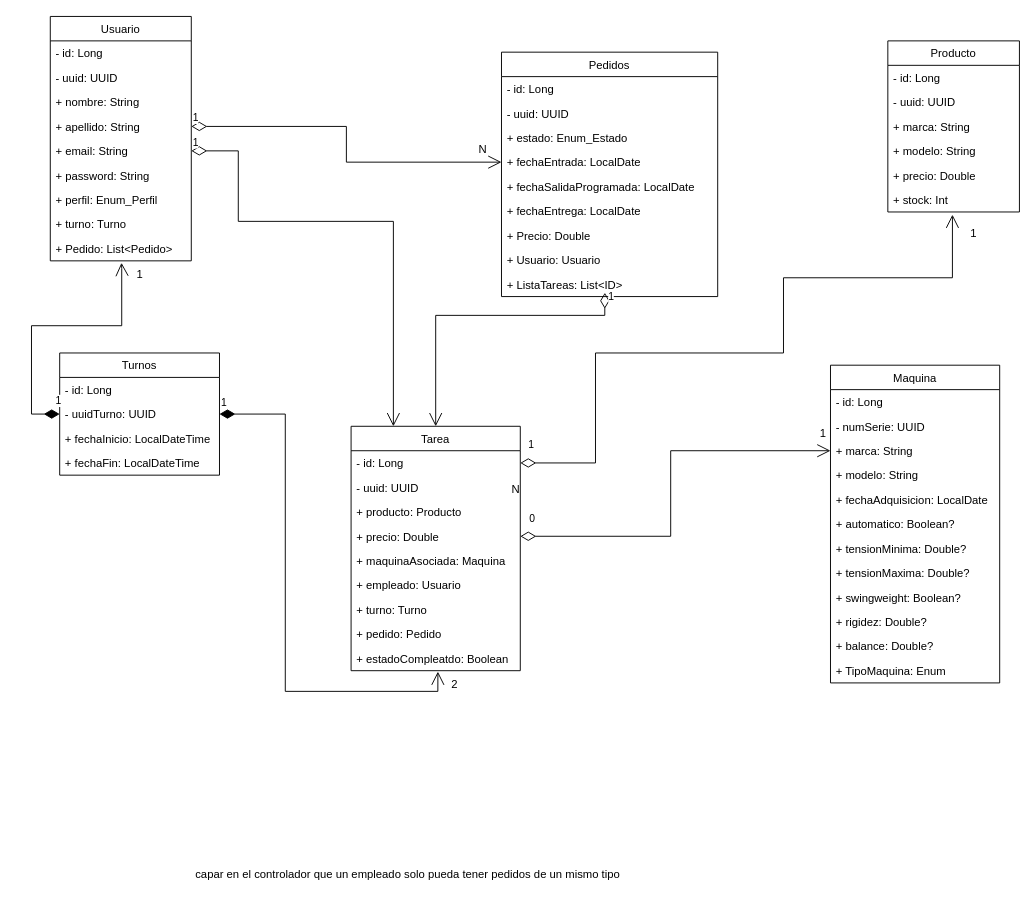
Above: metadata/DiagramaClasesTenisLab.drawio in RuyMi/Practica_Mongo_TenistasLab_AccesoADatos (draw.io), before the change. Source tidied: cells renumbered, new cells numbered last; positions are measured from the earlier drawing's top-left corner, leaving out a move shared by most shapes. Both pictures are drawn from the tidied source at 94%, with x=0, y=0 at pixel (31, 16).
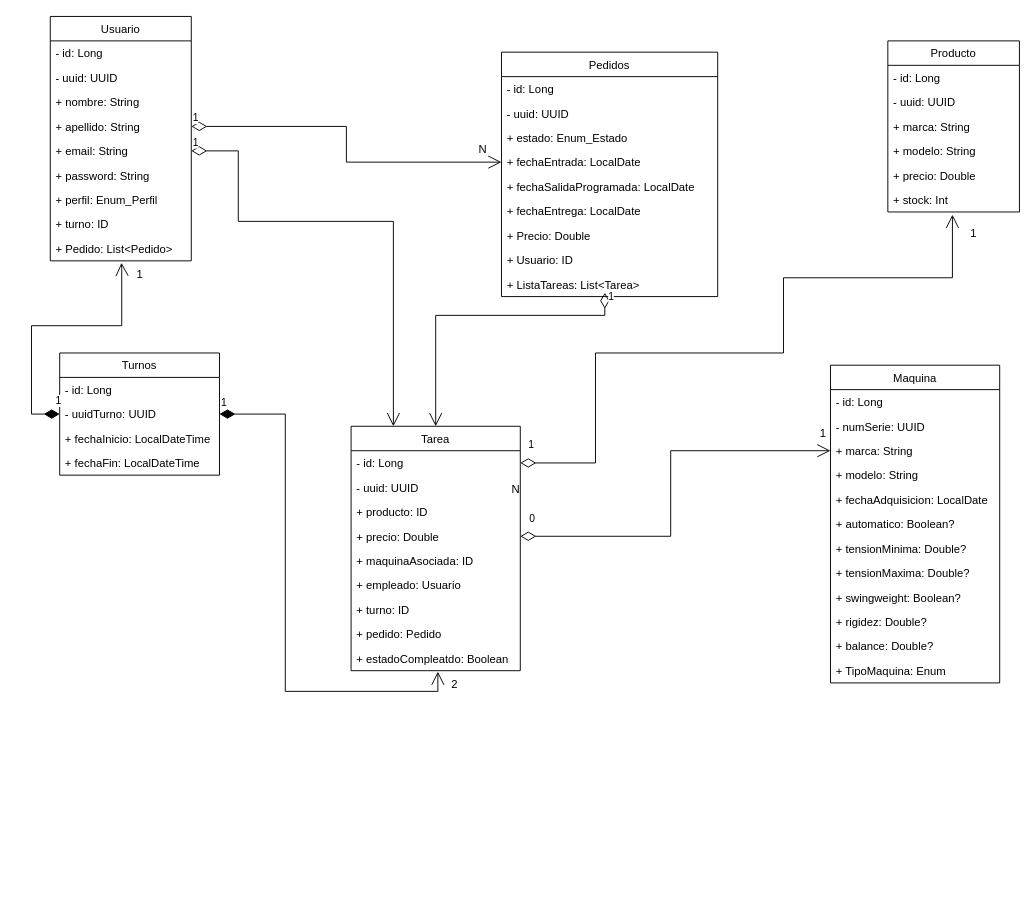
After the change.

Commit message (it also covers changes not shown here):
Diagrama actualizado version 1.1

Unchanged cells that the change refers to:
```xml
<mxCell id="2" value="Usuario" style="swimlane;fontStyle=0;horizontal=1;startSize=26;fillColor=none;" parent="1" vertex="1">
  <mxGeometry x="20" width="150" height="260" as="geometry" />
</mxCell>
<mxCell id="12" value="Pedidos" style="swimlane;fontStyle=0;horizontal=1;startSize=26;fillColor=none;" parent="1" vertex="1">
  <mxGeometry x="500" y="38" width="230" height="260" as="geometry" />
</mxCell>
<mxCell id="44" value="Tarea" style="swimlane;fontStyle=0;horizontal=1;startSize=26;fillColor=none;" parent="1" vertex="1">
  <mxGeometry x="340" y="436" width="180" height="260" as="geometry" />
</mxCell>
```

What changed in the source:
```diff
@@
-    <mxCell id="10" value="+ turno: Turno" style="text;strokeColor=none;fillColor=none;align=left;verticalAlign=top;spacingLeft=4;spacingRight=4;overflow=hidden;" parent="2" vertex="1">
+    <mxCell id="10" value="+ turno: ID" style="text;strokeColor=none;fillColor=none;align=left;verticalAlign=top;spacingLeft=4;spacingRight=4;overflow=hidden;" parent="2" vertex="1">
       <mxGeometry y="208" width="150" height="26" as="geometry" />
     </mxCell>
@@
-    <mxCell id="20" value="+ Usuario: Usuario" style="text;strokeColor=none;fillColor=none;align=left;verticalAlign=top;spacingLeft=4;spacingRight=4;overflow=hidden;" parent="12" vertex="1">
+    <mxCell id="20" value="+ Usuario: ID" style="text;strokeColor=none;fillColor=none;align=left;verticalAlign=top;spacingLeft=4;spacingRight=4;overflow=hidden;" parent="12" vertex="1">
       <mxGeometry y="208" width="230" height="26" as="geometry" />
     </mxCell>
-    <mxCell id="21" value="+ ListaTareas: List&lt;ID&gt;" style="text;strokeColor=none;fillColor=none;align=left;verticalAlign=top;spacingLeft=4;spacingRight=4;overflow=hidden;points=[[0,0.5],[1,0.5]];portConstraint=eastwest;" parent="12" vertex="1">
+    <mxCell id="21" value="+ ListaTareas: List&lt;Tarea&gt;" style="text;strokeColor=none;fillColor=none;align=left;verticalAlign=top;spacingLeft=4;spacingRight=4;overflow=hidden;points=[[0,0.5],[1,0.5]];portConstraint=eastwest;" parent="12" vertex="1">
       <mxGeometry y="234" width="230" height="26" as="geometry" />
     </mxCell>
@@
-    <mxCell id="47" value="+ producto: Producto" style="text;strokeColor=none;fillColor=none;align=left;verticalAlign=top;spacingLeft=4;spacingRight=4;overflow=hidden;" parent="44" vertex="1">
+    <mxCell id="47" value="+ producto: ID" style="text;strokeColor=none;fillColor=none;align=left;verticalAlign=top;spacingLeft=4;spacingRight=4;overflow=hidden;" parent="44" vertex="1">
       <mxGeometry y="78" width="180" height="26" as="geometry" />
     </mxCell>
@@
-    <mxCell id="49" value="+ maquinaAsociada: Maquina" style="text;strokeColor=none;fillColor=none;align=left;verticalAlign=top;spacingLeft=4;spacingRight=4;overflow=hidden;" parent="44" vertex="1">
+    <mxCell id="49" value="+ maquinaAsociada: ID" style="text;strokeColor=none;fillColor=none;align=left;verticalAlign=top;spacingLeft=4;spacingRight=4;overflow=hidden;" parent="44" vertex="1">
       <mxGeometry y="130" width="180" height="26" as="geometry" />
     </mxCell>
@@
-    <mxCell id="51" value="+ turno: Turno" style="text;strokeColor=none;fillColor=none;align=left;verticalAlign=top;spacingLeft=4;spacingRight=4;overflow=hidden;" parent="44" vertex="1">
+    <mxCell id="51" value="+ turno: ID" style="text;strokeColor=none;fillColor=none;align=left;verticalAlign=top;spacingLeft=4;spacingRight=4;overflow=hidden;" parent="44" vertex="1">
       <mxGeometry y="182" width="180" height="26" as="geometry" />
     </mxCell>
@@
-    <mxCell id="60" value="capar en el controlador que un empleado solo pueda tener pedidos de un mismo tipo" style="text;html=1;align=center;verticalAlign=middle;strokeColor=none;fillColor=none;" parent="1" vertex="1">
-      <mxGeometry x="160" y="898" width="480" height="30" as="geometry" />
-    </mxCell>
```
